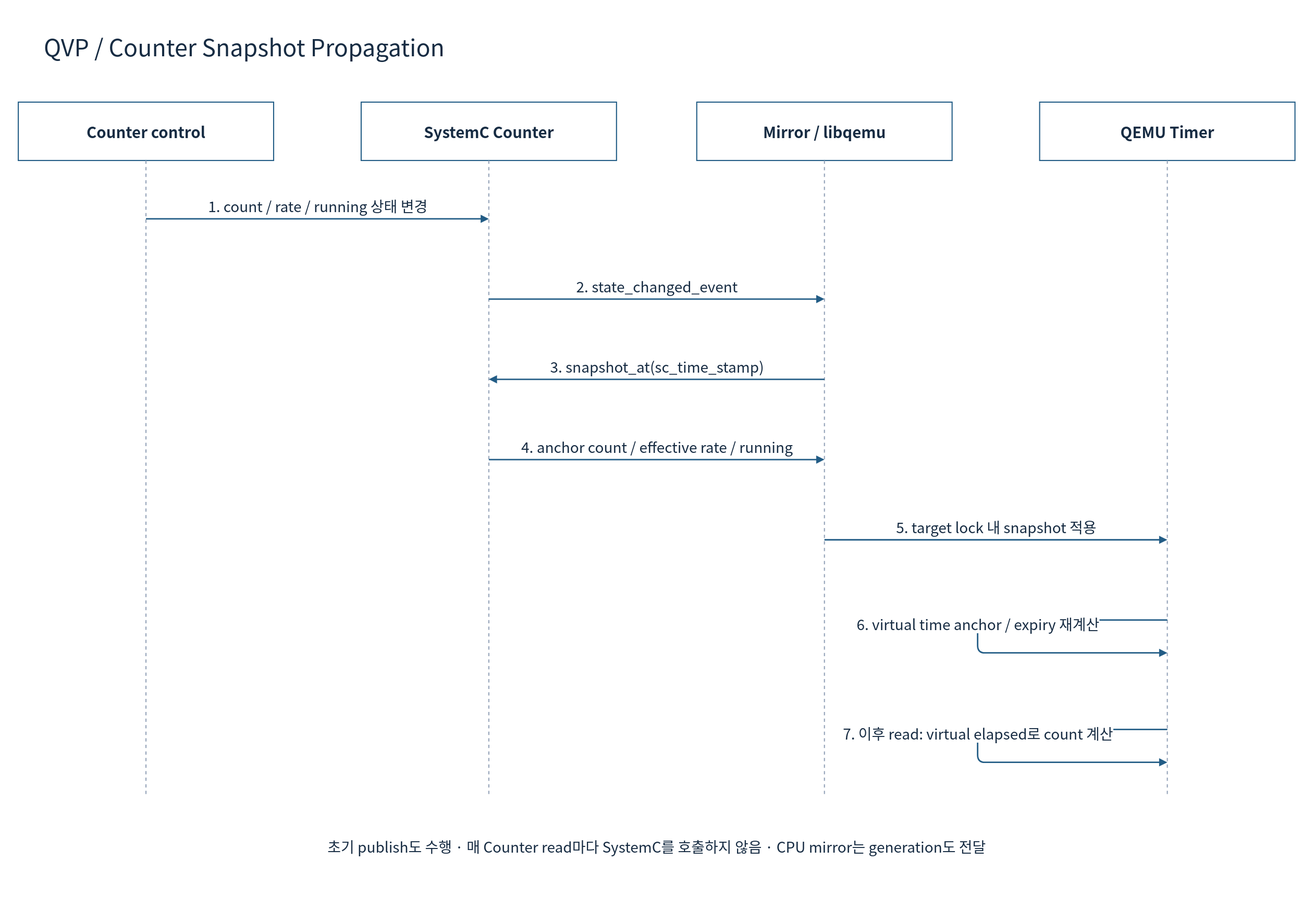
Above: doc/phase1/timer/diagrams/03a-counter-propagation.drawio.svg in cometzero/project-apollo (draw.io), before the change. Source tidied: cells renumbered, new cells last; positions are measured from the earlier drawing's top-left corner, leaving out a move shared by most shapes.
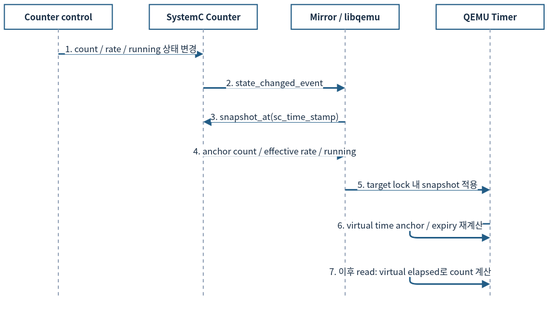
The same diagram one commit later.

Diff of the diagram source:
```diff
@@ -2,107 +2,98 @@
   <root>
     <mxCell id="0" />
     <mxCell id="1" parent="0" />
-    <mxCell id="2" style="rounded=0;whiteSpace=wrap;html=1;fillColor=#FFFFFF;strokeColor=none;strokeWidth=1.5;fontColor=#172C43;fontFamily=Noto Sans CJK KR;fontSize=22;spacing=10;" parent="1" vertex="1">
-      <mxGeometry width="1800" height="1230" as="geometry" />
-    </mxCell>
-    <mxCell id="3" value="QVP / Counter Snapshot Propagation" style="rounded=0;whiteSpace=wrap;html=1;fillColor=#FFFFFF;strokeColor=none;strokeWidth=1.5;fontColor=#172C43;fontFamily=Noto Sans CJK KR;fontSize=22;spacing=10;fontSize=32;align=left;" parent="1" vertex="1">
-      <mxGeometry x="50" y="30" width="1700" height="65" as="geometry" />
-    </mxCell>
-    <mxCell id="4" value="Counter control" style="rounded=0;whiteSpace=wrap;html=1;fillColor=#FFFFFF;strokeColor=#235D86;strokeWidth=1.5;fontColor=#172C43;fontFamily=Noto Sans CJK KR;fontSize=22;spacing=10;fontStyle=1;fontSize=21;" parent="1" vertex="1">
-      <mxGeometry x="25" y="140" width="350" height="80" as="geometry" />
+    <mxCell id="4" value="Counter control" style="rounded=0;whiteSpace=wrap;html=1;fillColor=#FFFFFF;strokeColor=#235D86;strokeWidth=1.5;fontColor=#172C43;fontFamily=Noto Sans CJK KR;fontStyle=1;fontSize=12;spacing=3;whiteSpace=wrap;" parent="1" vertex="1">
+      <mxGeometry x="12" y="12" width="148" height="33.8" as="geometry" />
     </mxCell>
-    <mxCell id="5" style="endArrow=none;dashed=1;strokeColor=#94A3B8;strokeWidth=1.5;" parent="1" edge="1">
+    <mxCell id="5" style="endArrow=none;dashed=1;strokeColor=#94A3B8;strokeWidth=1.5;fontSize=12;spacing=3;whiteSpace=nowrap;" parent="1" edge="1">
       <mxGeometry relative="1" as="geometry">
-        <mxPoint x="200" y="220" as="sourcePoint" />
-        <mxPoint x="200" y="1090" as="targetPoint" />
+        <mxPoint x="86" y="45.8" as="sourcePoint" />
+        <mxPoint x="86" y="413.7" as="targetPoint" />
       </mxGeometry>
     </mxCell>
-    <mxCell id="6" value="SystemC Counter" style="rounded=0;whiteSpace=wrap;html=1;fillColor=#FFFFFF;strokeColor=#235D86;strokeWidth=1.5;fontColor=#172C43;fontFamily=Noto Sans CJK KR;fontSize=22;spacing=10;fontStyle=1;fontSize=21;" parent="1" vertex="1">
-      <mxGeometry x="495" y="140" width="350" height="80" as="geometry" />
+    <mxCell id="6" value="SystemC Counter" style="rounded=0;whiteSpace=wrap;html=1;fillColor=#FFFFFF;strokeColor=#235D86;strokeWidth=1.5;fontColor=#172C43;fontFamily=Noto Sans CJK KR;fontStyle=1;fontSize=12;spacing=3;whiteSpace=wrap;" parent="1" vertex="1">
+      <mxGeometry x="210.7" y="12" width="148" height="33.8" as="geometry" />
     </mxCell>
-    <mxCell id="7" style="endArrow=none;dashed=1;strokeColor=#94A3B8;strokeWidth=1.5;" parent="1" edge="1">
+    <mxCell id="7" style="endArrow=none;dashed=1;strokeColor=#94A3B8;strokeWidth=1.5;fontSize=12;spacing=3;whiteSpace=nowrap;" parent="1" edge="1">
       <mxGeometry relative="1" as="geometry">
-        <mxPoint x="670" y="220" as="sourcePoint" />
-        <mxPoint x="670" y="1090" as="targetPoint" />
+        <mxPoint x="284.7" y="45.8" as="sourcePoint" />
+        <mxPoint x="284.7" y="413.7" as="targetPoint" />
       </mxGeometry>
     </mxCell>
-    <mxCell id="8" value="Mirror / libqemu" style="rounded=0;whiteSpace=wrap;html=1;fillColor=#FFFFFF;strokeColor=#235D86;strokeWidth=1.5;fontColor=#172C43;fontFamily=Noto Sans CJK KR;fontSize=22;spacing=10;fontStyle=1;fontSize=21;" parent="1" vertex="1">
-      <mxGeometry x="955" y="140" width="350" height="80" as="geometry" />
+    <mxCell id="8" value="Mirror / libqemu" style="rounded=0;whiteSpace=wrap;html=1;fillColor=#FFFFFF;strokeColor=#235D86;strokeWidth=1.5;fontColor=#172C43;fontFamily=Noto Sans CJK KR;fontStyle=1;fontSize=12;spacing=3;whiteSpace=wrap;" parent="1" vertex="1">
+      <mxGeometry x="405.3" y="12" width="148" height="33.8" as="geometry" />
     </mxCell>
-    <mxCell id="9" style="endArrow=none;dashed=1;strokeColor=#94A3B8;strokeWidth=1.5;" parent="1" edge="1">
+    <mxCell id="9" style="endArrow=none;dashed=1;strokeColor=#94A3B8;strokeWidth=1.5;fontSize=12;spacing=3;whiteSpace=nowrap;" parent="1" edge="1">
       <mxGeometry relative="1" as="geometry">
-        <mxPoint x="1130" y="220" as="sourcePoint" />
-        <mxPoint x="1130" y="1090" as="targetPoint" />
+        <mxPoint x="479.3" y="45.8" as="sourcePoint" />
+        <mxPoint x="479.3" y="413.7" as="targetPoint" />
       </mxGeometry>
     </mxCell>
-    <mxCell id="10" value="QEMU Timer" style="rounded=0;whiteSpace=wrap;html=1;fillColor=#FFFFFF;strokeColor=#235D86;strokeWidth=1.5;fontColor=#172C43;fontFamily=Noto Sans CJK KR;fontSize=22;spacing=10;fontStyle=1;fontSize=21;" parent="1" vertex="1">
-      <mxGeometry x="1425" y="140" width="350" height="80" as="geometry" />
+    <mxCell id="10" value="QEMU Timer" style="rounded=0;whiteSpace=wrap;html=1;fillColor=#FFFFFF;strokeColor=#235D86;strokeWidth=1.5;fontColor=#172C43;fontFamily=Noto Sans CJK KR;fontStyle=1;fontSize=12;spacing=3;whiteSpace=wrap;" parent="1" vertex="1">
+      <mxGeometry x="604" y="12" width="148" height="33.8" as="geometry" />
     </mxCell>
-    <mxCell id="11" style="endArrow=none;dashed=1;strokeColor=#94A3B8;strokeWidth=1.5;" parent="1" edge="1">
+    <mxCell id="11" style="endArrow=none;dashed=1;strokeColor=#94A3B8;strokeWidth=1.5;fontSize=12;spacing=3;whiteSpace=nowrap;" parent="1" edge="1">
       <mxGeometry relative="1" as="geometry">
-        <mxPoint x="1600" y="220" as="sourcePoint" />
-        <mxPoint x="1600" y="1090" as="targetPoint" />
+        <mxPoint x="678" y="45.8" as="sourcePoint" />
+        <mxPoint x="678" y="413.7" as="targetPoint" />
       </mxGeometry>
     </mxCell>
-    <mxCell id="12" value="1. count / rate / running 상태 변경" style="edgeStyle=none;html=1;endArrow=block;endFill=1;strokeColor=#235D86;strokeWidth=2;fontColor=#172C43;fontFamily=Noto Sans CJK KR;fontSize=20;labelBackgroundColor=#FFFFFF;" parent="1" edge="1">
+    <mxCell id="12" value="1. count / rate / running 상태 변경" style="edgeStyle=none;html=1;endArrow=block;endFill=1;strokeColor=#235D86;strokeWidth=2;fontColor=#172C43;fontFamily=Noto Sans CJK KR;labelBackgroundColor=#FFFFFF;fontSize=12;spacing=3;whiteSpace=nowrap;" parent="1" edge="1">
       <mxGeometry relative="1" as="geometry">
-        <mxPoint x="200" y="300" as="sourcePoint" />
-        <mxPoint x="670" y="300" as="targetPoint" />
-        <mxPoint y="-18" as="offset" />
+        <mxPoint x="86" y="79.7" as="sourcePoint" />
+        <mxPoint x="284.7" y="79.7" as="targetPoint" />
+        <mxPoint y="-7.6" as="offset" />
       </mxGeometry>
     </mxCell>
-    <mxCell id="13" value="2. state_changed_event" style="edgeStyle=none;html=1;endArrow=block;endFill=1;strokeColor=#235D86;strokeWidth=2;fontColor=#172C43;fontFamily=Noto Sans CJK KR;fontSize=20;labelBackgroundColor=#FFFFFF;" parent="1" edge="1">
+    <mxCell id="13" value="2. state_changed_event" style="edgeStyle=none;html=1;endArrow=block;endFill=1;strokeColor=#235D86;strokeWidth=2;fontColor=#172C43;fontFamily=Noto Sans CJK KR;labelBackgroundColor=#FFFFFF;fontSize=12;spacing=3;whiteSpace=nowrap;" parent="1" edge="1">
       <mxGeometry relative="1" as="geometry">
-        <mxPoint x="670" y="410" as="sourcePoint" />
-        <mxPoint x="1130" y="410" as="targetPoint" />
-        <mxPoint y="-18" as="offset" />
+        <mxPoint x="284.7" y="126.2" as="sourcePoint" />
+        <mxPoint x="479.3" y="126.2" as="targetPoint" />
+        <mxPoint y="-7.6" as="offset" />
       </mxGeometry>
     </mxCell>
-    <mxCell id="14" value="3. snapshot_at(sc_time_stamp)" style="edgeStyle=none;html=1;endArrow=block;endFill=1;strokeColor=#235D86;strokeWidth=2;fontColor=#172C43;fontFamily=Noto Sans CJK KR;fontSize=20;labelBackgroundColor=#FFFFFF;" parent="1" edge="1">
+    <mxCell id="14" value="3. snapshot_at(sc_time_stamp)" style="edgeStyle=none;html=1;endArrow=block;endFill=1;strokeColor=#235D86;strokeWidth=2;fontColor=#172C43;fontFamily=Noto Sans CJK KR;labelBackgroundColor=#FFFFFF;fontSize=12;spacing=3;whiteSpace=nowrap;" parent="1" edge="1">
       <mxGeometry relative="1" as="geometry">
-        <mxPoint x="1130" y="520" as="sourcePoint" />
-        <mxPoint x="670" y="520" as="targetPoint" />
-        <mxPoint y="-18" as="offset" />
+        <mxPoint x="479.3" y="172.7" as="sourcePoint" />
+        <mxPoint x="284.7" y="172.7" as="targetPoint" />
+        <mxPoint y="-7.6" as="offset" />
       </mxGeometry>
     </mxCell>
-    <mxCell id="15" value="4. anchor count / effective rate / running" style="edgeStyle=none;html=1;endArrow=block;endFill=1;strokeColor=#235D86;strokeWidth=2;fontColor=#172C43;fontFamily=Noto Sans CJK KR;fontSize=20;labelBackgroundColor=#FFFFFF;" parent="1" edge="1">
+    <mxCell id="15" value="4. anchor count / effective rate / running" style="edgeStyle=none;html=1;endArrow=block;endFill=1;strokeColor=#235D86;strokeWidth=2;fontColor=#172C43;fontFamily=Noto Sans CJK KR;labelBackgroundColor=#FFFFFF;fontSize=12;spacing=3;whiteSpace=nowrap;" parent="1" edge="1">
       <mxGeometry relative="1" as="geometry">
-        <mxPoint x="670" y="630" as="sourcePoint" />
-        <mxPoint x="1130" y="630" as="targetPoint" />
-        <mxPoint y="-18" as="offset" />
+        <mxPoint x="284.7" y="219.2" as="sourcePoint" />
+        <mxPoint x="479.3" y="219.2" as="targetPoint" />
+        <mxPoint y="-7.6" as="offset" />
       </mxGeometry>
     </mxCell>
-    <mxCell id="16" value="5. target lock 내 snapshot 적용" style="edgeStyle=none;html=1;endArrow=block;endFill=1;strokeColor=#235D86;strokeWidth=2;fontColor=#172C43;fontFamily=Noto Sans CJK KR;fontSize=20;labelBackgroundColor=#FFFFFF;" parent="1" edge="1">
+    <mxCell id="16" value="5. target lock 내 snapshot 적용" style="edgeStyle=none;html=1;endArrow=block;endFill=1;strokeColor=#235D86;strokeWidth=2;fontColor=#172C43;fontFamily=Noto Sans CJK KR;labelBackgroundColor=#FFFFFF;fontSize=12;spacing=3;whiteSpace=nowrap;" parent="1" edge="1">
       <mxGeometry relative="1" as="geometry">
-        <mxPoint x="1130" y="740" as="sourcePoint" />
-        <mxPoint x="1600" y="740" as="targetPoint" />
-        <mxPoint y="-18" as="offset" />
+        <mxPoint x="479.3" y="265.7" as="sourcePoint" />
+        <mxPoint x="678" y="265.7" as="targetPoint" />
+        <mxPoint y="-7.6" as="offset" />
       </mxGeometry>
     </mxCell>
-    <mxCell id="17" value="6. virtual time anchor / expiry 재계산" style="edgeStyle=none;html=1;endArrow=block;endFill=1;strokeColor=#235D86;strokeWidth=2;fontColor=#172C43;fontFamily=Noto Sans CJK KR;fontSize=20;labelBackgroundColor=#FFFFFF;" parent="1" edge="1">
+    <mxCell id="17" value="6. virtual time anchor / expiry 재계산" style="edgeStyle=none;html=1;endArrow=block;endFill=1;strokeColor=#235D86;strokeWidth=2;fontColor=#172C43;fontFamily=Noto Sans CJK KR;labelBackgroundColor=#FFFFFF;fontSize=12;spacing=3;whiteSpace=nowrap;" parent="1" edge="1">
       <mxGeometry relative="1" as="geometry">
-        <mxPoint x="1600" y="850" as="sourcePoint" />
-        <mxPoint x="1600" y="895" as="targetPoint" />
+        <mxPoint x="678" y="312.2" as="sourcePoint" />
+        <mxPoint x="678" y="331.3" as="targetPoint" />
         <Array as="points">
-          <mxPoint x="1340" y="850" />
-          <mxPoint x="1340" y="895" />
+          <mxPoint x="568.1" y="312.2" />
+          <mxPoint x="568.1" y="331.3" />
         </Array>
-        <mxPoint y="-18" as="offset" />
+        <mxPoint y="-7.6" as="offset" />
       </mxGeometry>
     </mxCell>
-    <mxCell id="18" value="7. 이후 read: virtual elapsed로 count 계산" style="edgeStyle=none;html=1;endArrow=block;endFill=1;strokeColor=#235D86;strokeWidth=2;fontColor=#172C43;fontFamily=Noto Sans CJK KR;fontSize=20;labelBackgroundColor=#FFFFFF;" parent="1" edge="1">
+    <mxCell id="18" value="7. 이후 read: virtual elapsed로 count 계산" style="edgeStyle=none;html=1;endArrow=block;endFill=1;strokeColor=#235D86;strokeWidth=2;fontColor=#172C43;fontFamily=Noto Sans CJK KR;labelBackgroundColor=#FFFFFF;fontSize=12;spacing=3;whiteSpace=nowrap;" parent="1" edge="1">
       <mxGeometry relative="1" as="geometry">
-        <mxPoint x="1600" y="1000" as="sourcePoint" />
-        <mxPoint x="1600" y="1045" as="targetPoint" />
+        <mxPoint x="678" y="375.7" as="sourcePoint" />
+        <mxPoint x="678" y="394.7" as="targetPoint" />
         <Array as="points">
-          <mxPoint x="1340" y="1000" />
-          <mxPoint x="1340" y="1045" />
+          <mxPoint x="568.1" y="375.7" />
+          <mxPoint x="568.1" y="394.7" />
         </Array>
-        <mxPoint y="-18" as="offset" />
+        <mxPoint y="-7.6" as="offset" />
       </mxGeometry>
     </mxCell>
-    <mxCell id="19" value="초기 publish도 수행 · 매 Counter read마다 SystemC를 호출하지 않음 · CPU mirror는 generation도 전달" style="rounded=0;whiteSpace=wrap;html=1;fillColor=#FFFFFF;strokeColor=none;strokeWidth=1.5;fontColor=#172C43;fontFamily=Noto Sans CJK KR;fontSize=22;spacing=10;fontSize=20;" parent="1" vertex="1">
-      <mxGeometry x="50" y="1130" width="1700" height="60" as="geometry" />
-    </mxCell>
   </root>
 </mxGraphModel>
```
